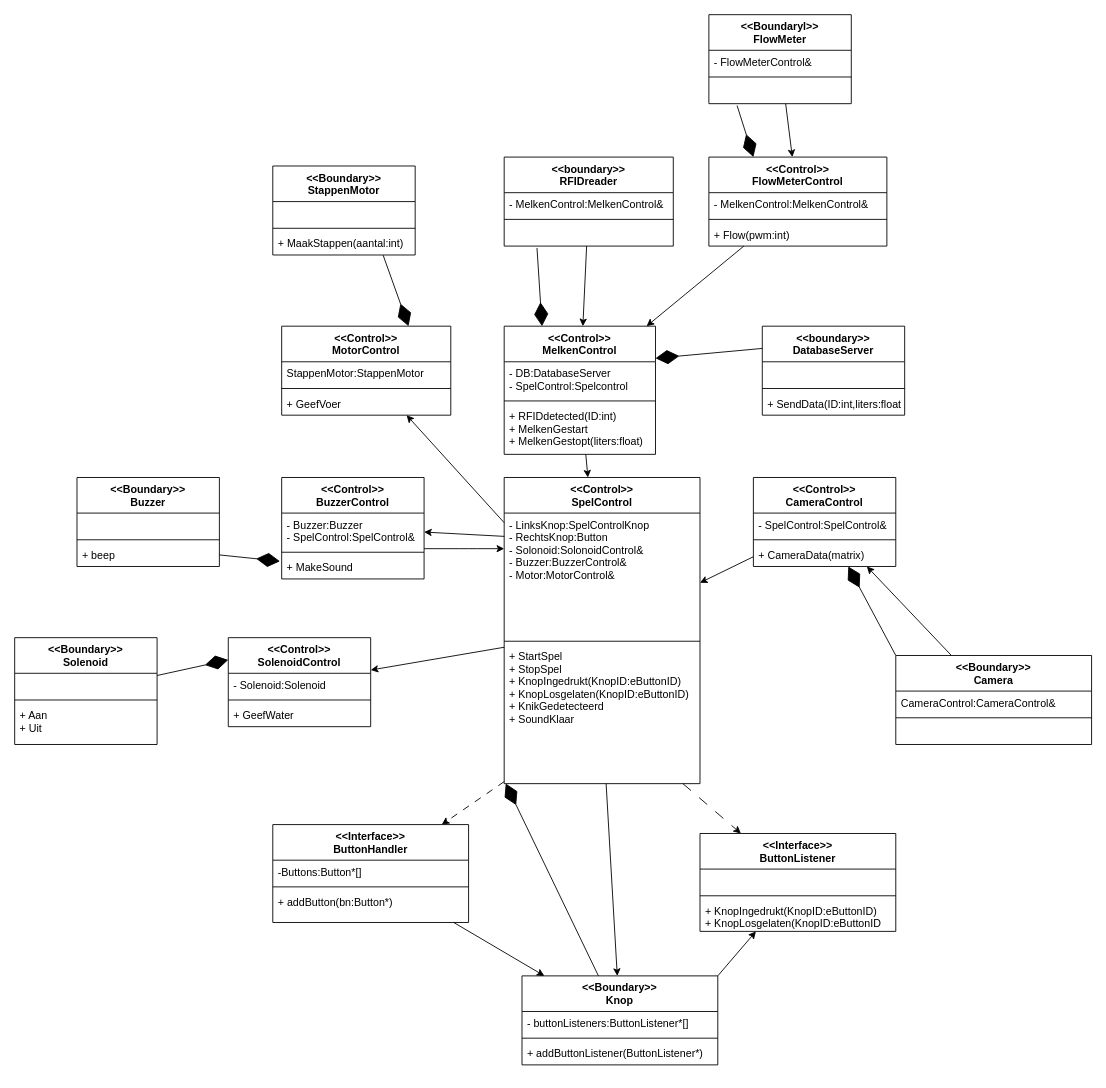
FabianMeerveld/S3-reparatie-FabianMeerveld keeps this draw.io diagram as LU3 software ontwerpen/KlasseDiagram.drawio. Above is the earlier version. Source tidied: cells renumbered, new cells numbered last; positions are measured from the earlier drawing's top-left corner, leaving out a move shared by most shapes. Both pictures are drawn from the tidied source at 89%, with x=0, y=0 at pixel (14, 14).
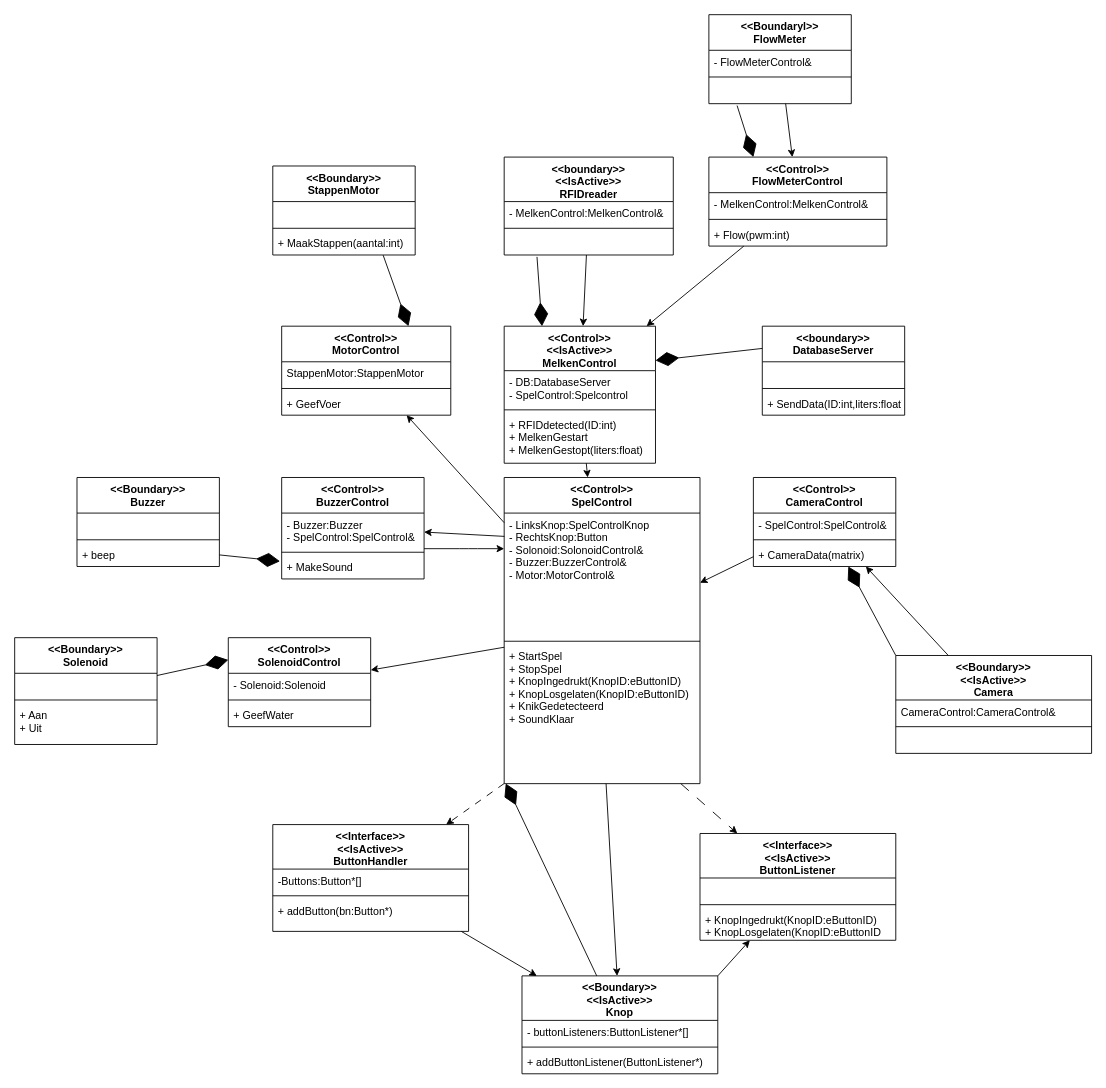
After the change.

Commit message:
Is acrtive toegevoegd

The edit, as a diff of the source:
```diff
@@
-    <mxCell id="3" value="&lt;&lt;Control&gt;&gt;&#10;MelkenControl" style="swimlane;fontStyle=1;align=center;verticalAlign=top;horizontal=1;startSize=40;" parent="1" vertex="1">
-      <mxGeometry x="550" y="350" width="170" height="144" as="geometry" />
+    <mxCell id="3" value="&lt;&lt;Control&gt;&gt;&#10;&lt;&lt;IsActive&gt;&gt;&#10;MelkenControl" style="swimlane;fontStyle=1;align=center;verticalAlign=top;horizontal=1;startSize=50;" parent="1" vertex="1">
+      <mxGeometry x="550" y="350" width="170" height="154" as="geometry" />
     </mxCell>
     <mxCell id="4" value="- DB:DatabaseServer&#10;- SpelControl:Spelcontrol" style="text;strokeColor=none;fillColor=none;align=left;verticalAlign=top;spacingLeft=4;spacingRight=4;overflow=hidden;" parent="3" vertex="1">
-      <mxGeometry y="40" width="170" height="40" as="geometry" />
+      <mxGeometry y="50" width="170" height="40" as="geometry" />
     </mxCell>
     <mxCell id="5" style="line;strokeWidth=1;fillColor=none;align=left;verticalAlign=middle;spacingTop=-1;spacingLeft=3;spacingRight=3;labelPosition=right;strokeColor=inherit;" parent="3" vertex="1">
-      <mxGeometry y="80" width="170" height="8" as="geometry" />
+      <mxGeometry y="90" width="170" height="8" as="geometry" />
     </mxCell>
     <mxCell id="6" value="+ RFIDdetected(ID:int)&#10;+ MelkenGestart&#10;+ MelkenGestopt(liters:float)" style="text;strokeColor=none;fillColor=none;align=left;verticalAlign=top;spacingLeft=4;spacingRight=4;overflow=hidden;" parent="3" vertex="1">
-      <mxGeometry y="88" width="170" height="56" as="geometry" />
+      <mxGeometry y="98" width="170" height="56" as="geometry" />
     </mxCell>
@@
-    <mxCell id="8" value="&lt;&lt;boundary&gt;&gt;&#10;RFIDreader" style="swimlane;fontStyle=1;align=center;verticalAlign=top;horizontal=1;startSize=40;" parent="1" vertex="1">
-      <mxGeometry x="550" y="160" width="190" height="100" as="geometry" />
+    <mxCell id="8" value="&lt;&lt;boundary&gt;&gt;&#10;&lt;&lt;IsActive&gt;&gt;&#10;RFIDreader" style="swimlane;fontStyle=1;align=center;verticalAlign=top;horizontal=1;startSize=50;" parent="1" vertex="1">
+      <mxGeometry x="550" y="160" width="190" height="110" as="geometry" />
     </mxCell>
     <mxCell id="9" value="- MelkenControl:MelkenControl&amp;" style="text;strokeColor=none;fillColor=none;align=left;verticalAlign=top;spacingLeft=4;spacingRight=4;overflow=hidden;" parent="8" vertex="1">
-      <mxGeometry y="40" width="190" height="26" as="geometry" />
+      <mxGeometry y="50" width="190" height="26" as="geometry" />
     </mxCell>
     <mxCell id="10" style="line;strokeWidth=1;fillColor=none;align=left;verticalAlign=middle;spacingTop=-1;spacingLeft=3;spacingRight=3;labelPosition=right;strokeColor=inherit;" parent="8" vertex="1">
-      <mxGeometry y="66" width="190" height="8" as="geometry" />
+      <mxGeometry y="76" width="190" height="8" as="geometry" />
     </mxCell>
     <mxCell id="11" value=" " style="text;strokeColor=none;fillColor=none;align=left;verticalAlign=top;spacingLeft=4;spacingRight=4;overflow=hidden;points=[[0,0.5],[1,0.5]];portConstraint=eastwest;" parent="8" vertex="1">
-      <mxGeometry y="74" width="190" height="26" as="geometry" />
+      <mxGeometry y="84" width="190" height="26" as="geometry" />
     </mxCell>
@@
-    <mxCell id="28" value="&lt;&lt;Boundary&gt;&gt;&#10;Camera" style="swimlane;fontStyle=1;align=center;verticalAlign=top;horizontal=1;startSize=40;" parent="1" vertex="1">
-      <mxGeometry x="990" y="720" width="220" height="100" as="geometry" />
+    <mxCell id="28" value="&lt;&lt;Boundary&gt;&gt;&#10;&lt;&lt;IsActive&gt;&gt;&#10;Camera" style="swimlane;fontStyle=1;align=center;verticalAlign=top;horizontal=1;startSize=50;" parent="1" vertex="1">
+      <mxGeometry x="990" y="720" width="220" height="110" as="geometry" />
     </mxCell>
     <mxCell id="29" value="CameraControl:CameraControl&amp;" style="text;strokeColor=none;fillColor=none;align=left;verticalAlign=top;spacingLeft=4;spacingRight=4;overflow=hidden;" parent="28" vertex="1">
-      <mxGeometry y="40" width="220" height="26" as="geometry" />
+      <mxGeometry y="50" width="220" height="26" as="geometry" />
     </mxCell>
     <mxCell id="30" style="line;strokeWidth=1;fillColor=none;align=left;verticalAlign=middle;spacingTop=-1;spacingLeft=3;spacingRight=3;labelPosition=right;strokeColor=inherit;" parent="28" vertex="1">
-      <mxGeometry y="66" width="220" height="8" as="geometry" />
+      <mxGeometry y="76" width="220" height="8" as="geometry" />
     </mxCell>
     <mxCell id="31" value=" " style="text;strokeColor=none;fillColor=none;align=left;verticalAlign=top;spacingLeft=4;spacingRight=4;overflow=hidden;" parent="28" vertex="1">
-      <mxGeometry y="74" width="220" height="26" as="geometry" />
+      <mxGeometry y="84" width="220" height="26" as="geometry" />
     </mxCell>
@@
-    <mxCell id="75" value="&lt;&lt;Boundary&gt;&gt;&#10;Knop" style="swimlane;fontStyle=1;align=center;verticalAlign=top;horizontal=1;startSize=40;" parent="1" vertex="1">
-      <mxGeometry x="570" y="1080" width="220" height="100" as="geometry" />
+    <mxCell id="75" value="&lt;&lt;Boundary&gt;&gt;&#10;&lt;&lt;IsActive&gt;&gt;&#10;Knop" style="swimlane;fontStyle=1;align=center;verticalAlign=top;horizontal=1;startSize=50;" parent="1" vertex="1">
+      <mxGeometry x="570" y="1080" width="220" height="110" as="geometry" />
     </mxCell>
     <mxCell id="76" value="- buttonListeners:ButtonListener*[]" style="text;strokeColor=none;fillColor=none;align=left;verticalAlign=top;spacingLeft=4;spacingRight=4;overflow=hidden;" parent="75" vertex="1">
-      <mxGeometry y="40" width="220" height="26" as="geometry" />
+      <mxGeometry y="50" width="220" height="26" as="geometry" />
     </mxCell>
     <mxCell id="77" style="line;strokeWidth=1;fillColor=none;align=left;verticalAlign=middle;spacingTop=-1;spacingLeft=3;spacingRight=3;labelPosition=right;strokeColor=inherit;" parent="75" vertex="1">
-      <mxGeometry y="66" width="220" height="8" as="geometry" />
+      <mxGeometry y="76" width="220" height="8" as="geometry" />
     </mxCell>
     <mxCell id="78" value="+ addButtonListener(ButtonListener*)" style="text;strokeColor=none;fillColor=none;align=left;verticalAlign=top;spacingLeft=4;spacingRight=4;overflow=hidden;" parent="75" vertex="1">
-      <mxGeometry y="74" width="220" height="26" as="geometry" />
+      <mxGeometry y="84" width="220" height="26" as="geometry" />
     </mxCell>
-    <mxCell id="79" value="&lt;&lt;Interface&gt;&gt;&#10;ButtonListener" style="swimlane;fontStyle=1;align=center;verticalAlign=top;horizontal=1;startSize=40;" parent="1" vertex="1">
-      <mxGeometry x="770" y="920" width="220" height="110" as="geometry" />
+    <mxCell id="79" value="&lt;&lt;Interface&gt;&gt;&#10;&lt;&lt;IsActive&gt;&gt;&#10;ButtonListener" style="swimlane;fontStyle=1;align=center;verticalAlign=top;horizontal=1;startSize=50;" parent="1" vertex="1">
+      <mxGeometry x="770" y="920" width="220" height="120" as="geometry" />
     </mxCell>
     <mxCell id="80" value=" " style="text;strokeColor=none;fillColor=none;align=left;verticalAlign=top;spacingLeft=4;spacingRight=4;overflow=hidden;" parent="79" vertex="1">
-      <mxGeometry y="40" width="220" height="26" as="geometry" />
+      <mxGeometry y="50" width="220" height="26" as="geometry" />
     </mxCell>
     <mxCell id="81" style="line;strokeWidth=1;fillColor=none;align=left;verticalAlign=middle;spacingTop=-1;spacingLeft=3;spacingRight=3;labelPosition=right;strokeColor=inherit;" parent="79" vertex="1">
-      <mxGeometry y="66" width="220" height="8" as="geometry" />
+      <mxGeometry y="76" width="220" height="8" as="geometry" />
     </mxCell>
     <mxCell id="82" value="+ KnopIngedrukt(KnopID:eButtonID)&#10;+ KnopLosgelaten(KnopID:eButtonID" style="text;strokeColor=none;fillColor=none;align=left;verticalAlign=top;spacingLeft=4;spacingRight=4;overflow=hidden;" parent="79" vertex="1">
-      <mxGeometry y="74" width="220" height="36" as="geometry" />
+      <mxGeometry y="84" width="220" height="36" as="geometry" />
     </mxCell>
@@
-    <mxCell id="88" value="&lt;&lt;Interface&gt;&gt;&#10;ButtonHandler" style="swimlane;fontStyle=1;align=center;verticalAlign=top;horizontal=1;startSize=40;" parent="1" vertex="1">
-      <mxGeometry x="290" y="910" width="220" height="110" as="geometry" />
+    <mxCell id="88" value="&lt;&lt;Interface&gt;&gt;&#10;&lt;&lt;IsActive&gt;&gt;&#10;ButtonHandler" style="swimlane;fontStyle=1;align=center;verticalAlign=top;horizontal=1;startSize=50;" parent="1" vertex="1">
+      <mxGeometry x="290" y="910" width="220" height="120" as="geometry" />
     </mxCell>
     <mxCell id="89" value="-Buttons:Button*[]" style="text;strokeColor=none;fillColor=none;align=left;verticalAlign=top;spacingLeft=4;spacingRight=4;overflow=hidden;" parent="88" vertex="1">
-      <mxGeometry y="40" width="220" height="26" as="geometry" />
+      <mxGeometry y="50" width="220" height="26" as="geometry" />
     </mxCell>
     <mxCell id="90" style="line;strokeWidth=1;fillColor=none;align=left;verticalAlign=middle;spacingTop=-1;spacingLeft=3;spacingRight=3;labelPosition=right;strokeColor=inherit;" parent="88" vertex="1">
-      <mxGeometry y="66" width="220" height="8" as="geometry" />
+      <mxGeometry y="76" width="220" height="8" as="geometry" />
     </mxCell>
     <mxCell id="91" value="+ addButton(bn:Button*)" style="text;strokeColor=none;fillColor=none;align=left;verticalAlign=top;spacingLeft=4;spacingRight=4;overflow=hidden;" parent="88" vertex="1">
-      <mxGeometry y="74" width="220" height="36" as="geometry" />
+      <mxGeometry y="84" width="220" height="36" as="geometry" />
     </mxCell>
```
